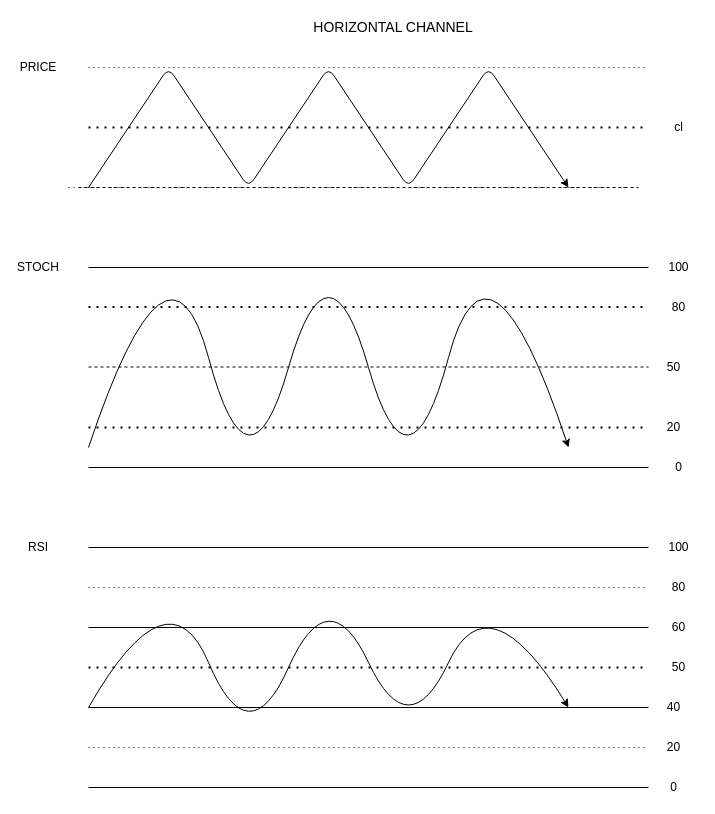
Earlier version of the draw.io diagram draws/12 -- horizontal channel.drawio (uzziahmogg/LithiumIndicator). Source tidied: cells renumbered, new cells numbered last; positions are measured from the earlier drawing's top-left corner, leaving out a move shared by most shapes. Both pictures are drawn from the tidied source at 100%, with x=0, y=0 at pixel (18, 17).
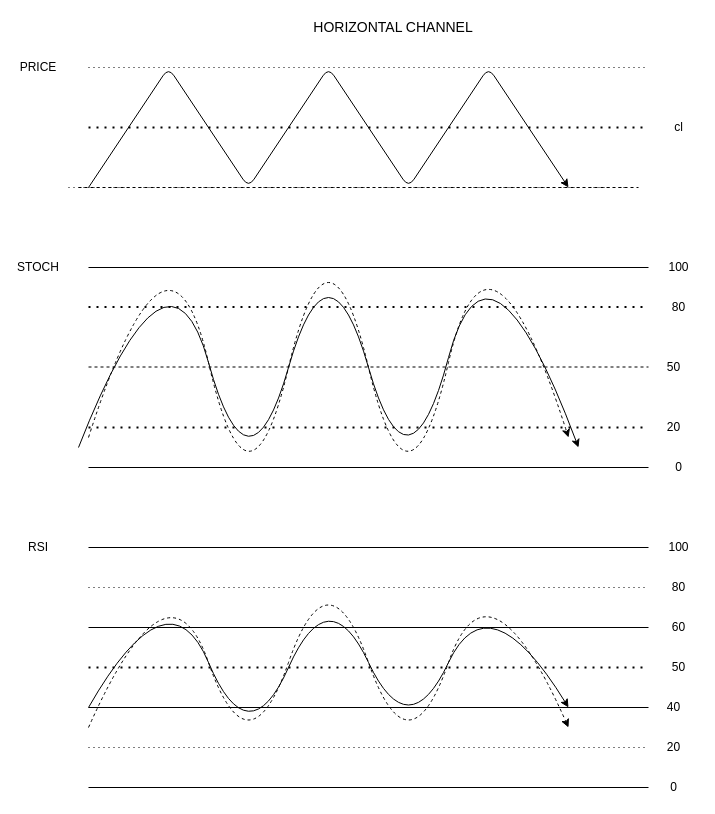
After the change.

Change to the diagram source:
```diff
@@
     <mxCell id="36" style="curved=1;endArrow=classic;html=1;" parent="1" edge="1">
       <mxGeometry relative="1" as="geometry">
-        <mxPoint x="70" y="430" as="sourcePoint" />
-        <mxPoint x="550" y="430" as="targetPoint" />
+        <mxPoint x="60" y="430" as="sourcePoint" />
+        <mxPoint x="560" y="430" as="targetPoint" />
         <Array as="points">
-          <mxPoint x="150" y="190" />
+          <mxPoint x="150" y="200" />
           <mxPoint x="230" y="490" />
           <mxPoint x="310" y="210" />
           <mxPoint x="390" y="490" />
           <mxPoint x="470" y="190" />
         </Array>
       </mxGeometry>
     </mxCell>
@@
+    <mxCell id="38" style="curved=1;endArrow=classic;html=1;dashed=1;" parent="1" edge="1">
+      <mxGeometry relative="1" as="geometry">
+        <mxPoint x="70" y="420" as="sourcePoint" />
+        <mxPoint x="550" y="420" as="targetPoint" />
+        <Array as="points">
+          <mxPoint x="150" y="170" />
+          <mxPoint x="230" y="520" />
+          <mxPoint x="310" y="180" />
+          <mxPoint x="390" y="520" />
+          <mxPoint x="470" y="170" />
+        </Array>
+      </mxGeometry>
+    </mxCell>
+    <mxCell id="39" style="curved=1;endArrow=classic;html=1;dashed=1;" parent="1" edge="1">
+      <mxGeometry relative="1" as="geometry">
+        <mxPoint x="70" y="710" as="sourcePoint" />
+        <mxPoint x="550" y="710" as="targetPoint" />
+        <Array as="points">
+          <mxPoint x="150" y="530" />
+          <mxPoint x="230" y="760" />
+          <mxPoint x="310" y="530" />
+          <mxPoint x="390" y="760" />
+          <mxPoint x="470" y="530" />
+        </Array>
+      </mxGeometry>
+    </mxCell>
```
